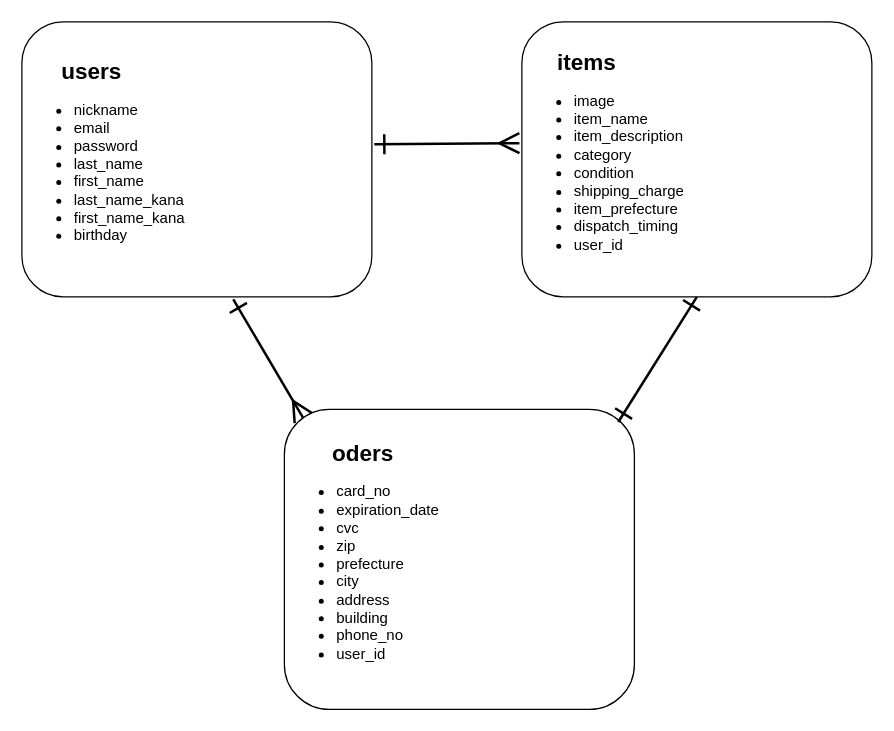
The draw.io diagram ER.drawio in ariyawala/furima-32539, before the edit. Source tidied: cells renumbered, new cells numbered last; positions are measured from the earlier drawing's top-left corner, leaving out a move shared by most shapes. Both pictures are drawn from the tidied source at 125%, with x=0, y=0 at pixel (21, 21).
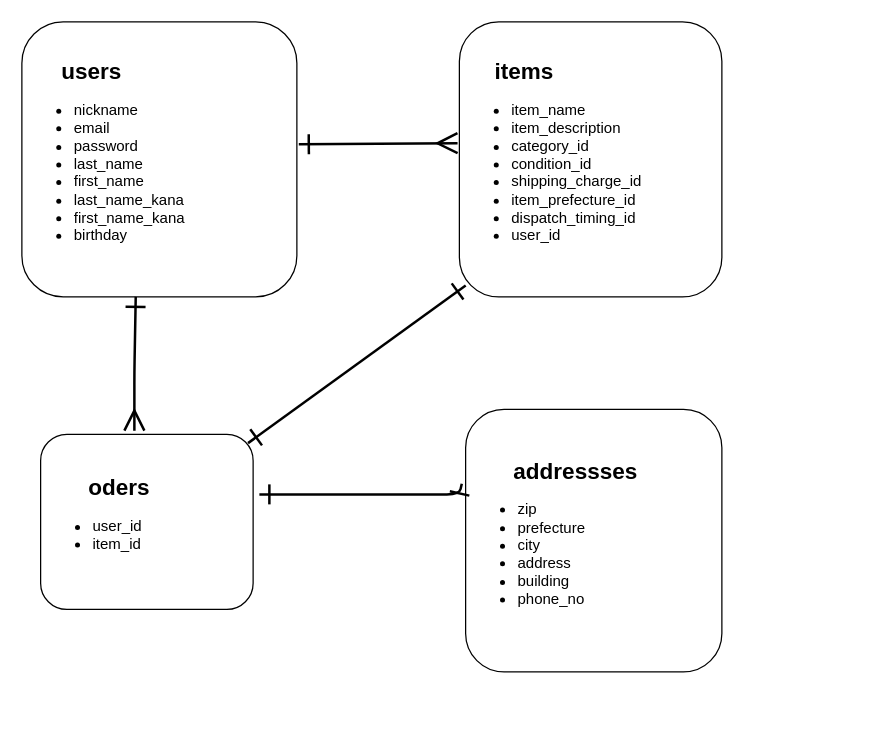
The same page after the edit.

Commit message (it also covers changes not shown here):
READEME users table修正

Diff of the diagram source:
```diff
@@
 <mxGraphModel>
   <root>
     <mxCell id="0" />
     <mxCell id="1" parent="0" />
     <mxCell id="2" value="&amp;nbsp; &amp;nbsp; &amp;nbsp; &amp;nbsp; &amp;nbsp;&lt;b&gt;&lt;font style=&quot;font-size: 18px&quot;&gt;users&lt;/font&gt;&lt;/b&gt;&lt;br&gt;&lt;ul&gt;&lt;li&gt;nickname&lt;/li&gt;&lt;li&gt;email&lt;/li&gt;&lt;li&gt;password&lt;/li&gt;&lt;li&gt;last_name&lt;/li&gt;&lt;li&gt;first_name&lt;/li&gt;&lt;li&gt;last_name_kana&lt;/li&gt;&lt;li&gt;first_name_kana&lt;/li&gt;&lt;li&gt;birthday&lt;/li&gt;&lt;/ul&gt;" style="rounded=1;whiteSpace=wrap;html=1;align=left;" parent="1" vertex="1">
-      <mxGeometry width="280" height="220" as="geometry" />
+      <mxGeometry width="220" height="220" as="geometry" />
     </mxCell>
-    <mxCell id="3" value="&amp;nbsp; &amp;nbsp; &amp;nbsp; &amp;nbsp; &lt;b&gt;&lt;font style=&quot;font-size: 18px&quot;&gt;items&lt;/font&gt;&lt;/b&gt;&lt;br&gt;&lt;ul&gt;&lt;li&gt;image&lt;/li&gt;&lt;li&gt;item_name&lt;/li&gt;&lt;li&gt;item_description&lt;/li&gt;&lt;li&gt;category&lt;/li&gt;&lt;li&gt;condition&lt;/li&gt;&lt;li&gt;shipping_charge&lt;/li&gt;&lt;li&gt;item_prefecture&lt;/li&gt;&lt;li&gt;dispatch_timing&lt;/li&gt;&lt;li&gt;user_id&lt;/li&gt;&lt;/ul&gt;" style="rounded=1;whiteSpace=wrap;html=1;align=left;" parent="1" vertex="1">
-      <mxGeometry x="400" width="280" height="220" as="geometry" />
+    <mxCell id="3" value="&amp;nbsp; &amp;nbsp; &amp;nbsp; &amp;nbsp; &lt;b&gt;&lt;font style=&quot;font-size: 18px&quot;&gt;items&lt;br&gt;&lt;/font&gt;&lt;/b&gt;&lt;ul&gt;&lt;li&gt;item_name&lt;/li&gt;&lt;li&gt;item_description&lt;/li&gt;&lt;li&gt;category_id&lt;/li&gt;&lt;li&gt;condition_id&lt;/li&gt;&lt;li&gt;shipping_charge_id&lt;/li&gt;&lt;li&gt;item_prefecture_id&lt;/li&gt;&lt;li&gt;dispatch_timing_id&lt;/li&gt;&lt;li&gt;user_id&lt;/li&gt;&lt;/ul&gt;" style="rounded=1;whiteSpace=wrap;html=1;align=left;" parent="1" vertex="1">
+      <mxGeometry x="350" width="210" height="220" as="geometry" />
     </mxCell>
-    <mxCell id="4" value="&amp;nbsp; &amp;nbsp; &amp;nbsp; &amp;nbsp; &amp;nbsp; &amp;nbsp;&lt;b&gt;&lt;font style=&quot;font-size: 18px&quot;&gt;oders&lt;/font&gt;&lt;/b&gt;&lt;br&gt;&lt;ul&gt;&lt;li&gt;&lt;span&gt;card_no&lt;/span&gt;&lt;br&gt;&lt;/li&gt;&lt;li&gt;expiration_date&lt;/li&gt;&lt;li&gt;cvc&lt;/li&gt;&lt;li&gt;zip&lt;/li&gt;&lt;li&gt;prefecture&lt;/li&gt;&lt;li&gt;city&lt;/li&gt;&lt;li&gt;address&lt;/li&gt;&lt;li&gt;building&lt;/li&gt;&lt;li&gt;phone_no&lt;/li&gt;&lt;li&gt;user_id&lt;/li&gt;&lt;/ul&gt;" style="rounded=1;whiteSpace=wrap;html=1;align=left;" parent="1" vertex="1">
-      <mxGeometry x="210" y="310" width="280" height="240" as="geometry" />
+    <mxCell id="4" value="&amp;nbsp; &amp;nbsp; &amp;nbsp; &amp;nbsp; &amp;nbsp; &amp;nbsp;&lt;b&gt;&lt;font style=&quot;font-size: 18px&quot;&gt;oders&lt;br&gt;&lt;/font&gt;&lt;/b&gt;&lt;ul&gt;&lt;li&gt;&lt;span&gt;user_id&lt;/span&gt;&lt;br&gt;&lt;/li&gt;&lt;li&gt;&lt;span&gt;item_id&lt;/span&gt;&lt;/li&gt;&lt;/ul&gt;" style="rounded=1;whiteSpace=wrap;html=1;align=left;" parent="1" vertex="1">
+      <mxGeometry x="15" y="330" width="170" height="140" as="geometry" />
     </mxCell>
     <mxCell id="5" style="endArrow=ERmany;html=1;entryX=-0.007;entryY=0.441;entryDx=0;entryDy=0;entryPerimeter=0;exitX=1.007;exitY=0.445;exitDx=0;exitDy=0;exitPerimeter=0;endFill=0;startArrow=ERone;startFill=0;strokeWidth=2;endSize=13;startSize=13;" parent="1" edge="1" source="2" target="3">
       <mxGeometry relative="1" as="geometry" />
     </mxCell>
-    <mxCell id="6" style="endArrow=ERmany;html=1;exitX=0.604;exitY=1.009;exitDx=0;exitDy=0;endFill=0;startArrow=ERone;startFill=0;entryX=0.054;entryY=0.029;entryDx=0;entryDy=0;exitPerimeter=0;entryPerimeter=0;strokeWidth=2;endSize=13;startSize=13;" parent="1" edge="1" source="2" target="4">
-      <mxGeometry relative="1" as="geometry" />
+    <mxCell id="6" style="endArrow=ERmany;html=1;exitX=0.414;exitY=1;exitDx=0;exitDy=0;endFill=0;startArrow=ERone;startFill=0;strokeWidth=2;endSize=13;startSize=13;exitPerimeter=0;" parent="1" edge="1" source="2">
+      <mxGeometry relative="1" as="geometry">
+        <mxPoint x="90" y="327" as="targetPoint" />
+        <Array as="points">
+          <mxPoint x="90" y="280" />
+        </Array>
+      </mxGeometry>
     </mxCell>
-    <mxCell id="7" style="endArrow=ERone;html=1;startArrow=ERone;startFill=0;endFill=0;entryX=0.5;entryY=1;entryDx=0;entryDy=0;strokeWidth=2;exitX=0.954;exitY=0.042;exitDx=0;exitDy=0;exitPerimeter=0;targetPerimeterSpacing=0;endSize=13;startSize=13;" parent="1" edge="1" source="4" target="3">
+    <mxCell id="7" style="endArrow=ERone;html=1;startArrow=ERone;startFill=0;endFill=0;strokeWidth=2;exitX=0.976;exitY=0.05;exitDx=0;exitDy=0;targetPerimeterSpacing=0;endSize=13;startSize=13;exitPerimeter=0;entryX=0.024;entryY=0.959;entryDx=0;entryDy=0;entryPerimeter=0;" parent="1" edge="1" source="4" target="3">
       <mxGeometry relative="1" as="geometry" />
     </mxCell>
     <mxCell id="8" style="edgeStyle=orthogonalEdgeStyle;rounded=0;orthogonalLoop=1;jettySize=auto;html=1;exitX=0.5;exitY=1;exitDx=0;exitDy=0;startArrow=ERone;startFill=0;endArrow=ERone;endFill=0;strokeWidth=3;" parent="1" edge="1" source="3" target="3">
       <mxGeometry relative="1" as="geometry" />
     </mxCell>
+    <mxCell id="9" value="&amp;nbsp; &amp;nbsp; &amp;nbsp; &amp;nbsp; &amp;nbsp; &amp;nbsp;&lt;font style=&quot;font-size: 18px&quot;&gt;&lt;b&gt;addressses&lt;/b&gt;&lt;/font&gt;&lt;b&gt;&lt;font style=&quot;font-size: 18px&quot;&gt;&lt;br&gt;&lt;/font&gt;&lt;/b&gt;&lt;ul&gt;&lt;li&gt;zip&lt;/li&gt;&lt;li&gt;prefecture&lt;/li&gt;&lt;li&gt;city&lt;/li&gt;&lt;li&gt;address&lt;/li&gt;&lt;li&gt;building&lt;/li&gt;&lt;li&gt;phone_no&lt;/li&gt;&lt;/ul&gt;" style="rounded=1;whiteSpace=wrap;html=1;align=left;" parent="1" vertex="1">
+      <mxGeometry x="355" y="310" width="205" height="210" as="geometry" />
+    </mxCell>
+    <mxCell id="10" style="endArrow=ERone;html=1;startArrow=ERone;startFill=0;endFill=0;strokeWidth=2;targetPerimeterSpacing=0;endSize=13;startSize=13;exitX=-0.015;exitY=0.283;exitDx=0;exitDy=0;exitPerimeter=0;" parent="1" edge="1" source="9">
+      <mxGeometry relative="1" as="geometry">
+        <mxPoint x="190" y="378" as="targetPoint" />
+        <Array as="points">
+          <mxPoint x="350" y="378" />
+        </Array>
+      </mxGeometry>
+    </mxCell>
   </root>
 </mxGraphModel>
```
